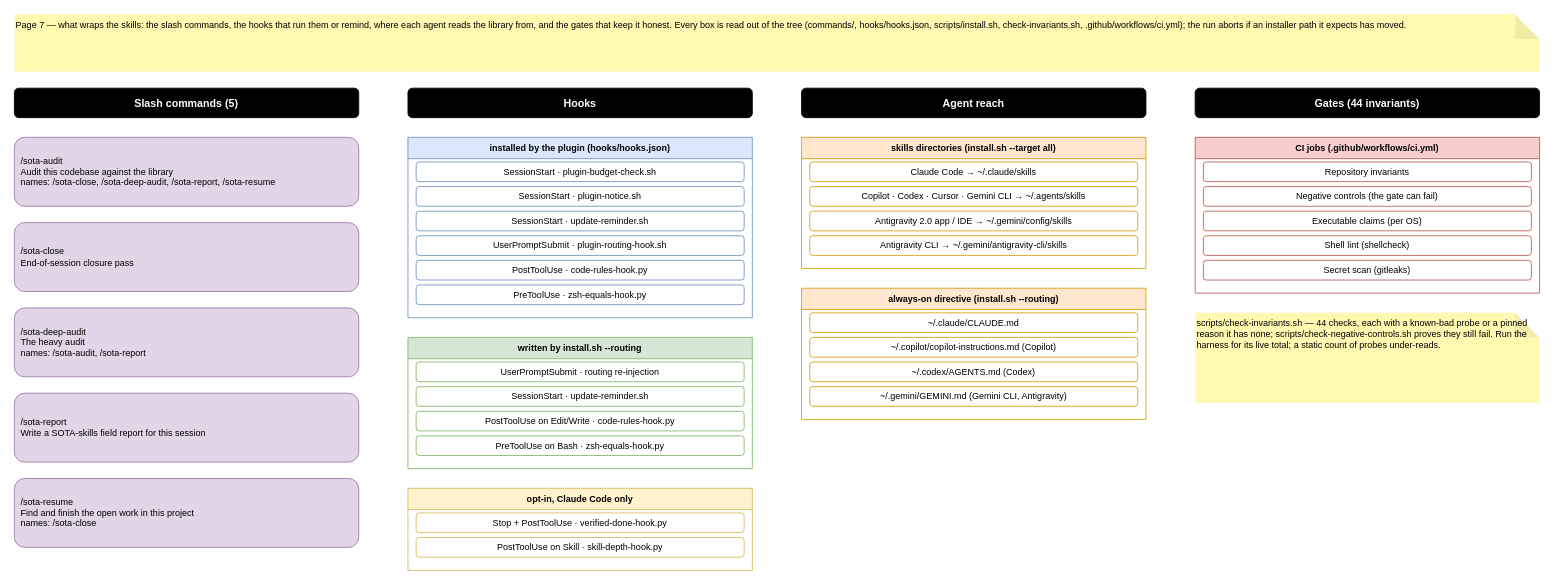
martinholovsky/SOTA-skills keeps this draw.io diagram as page "7 · Commands, hooks & agents" (7 of 8) of docs/skill-map.drawio. Above is the earlier version. Source tidied: cells renumbered, new cells numbered last; positions are measured from the earlier drawing's top-left corner, leaving out a move shared by most shapes. Both pictures are drawn from the tidied source at 82%, with x=0, y=0 at pixel (14, 14).
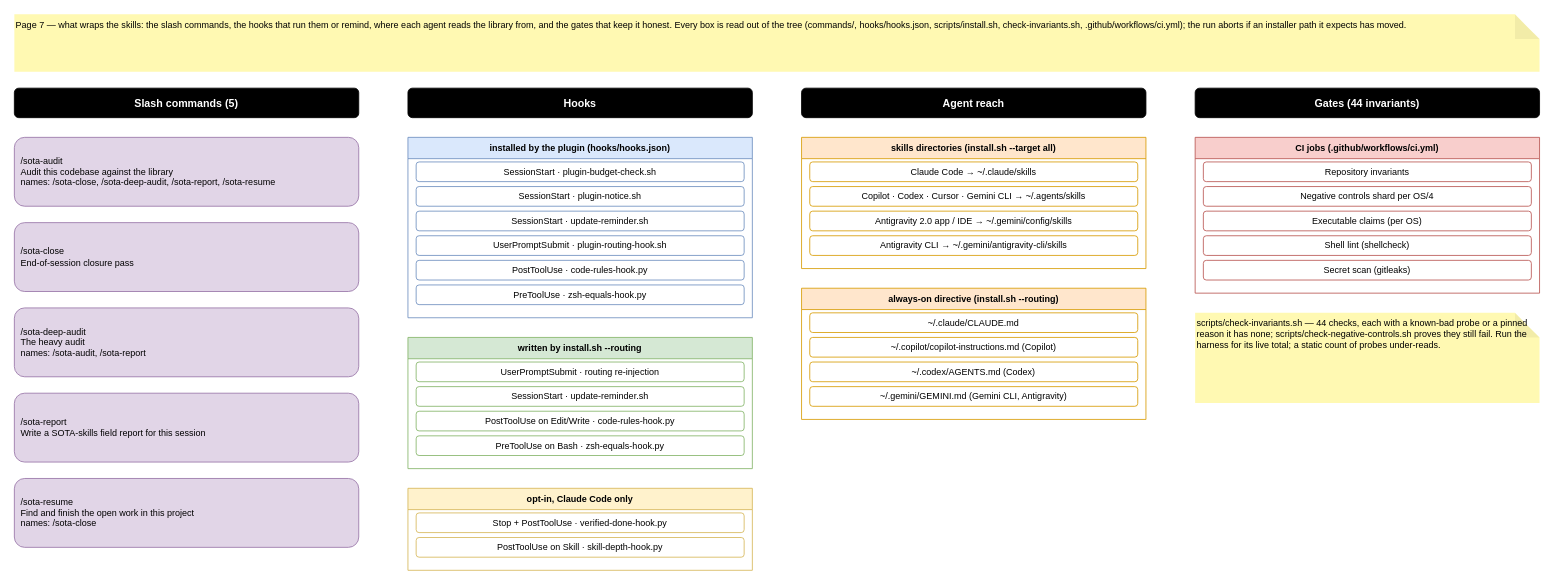
Above is the later version.

The change refers to these unchanged cells:
```xml
<mxCell id="37" value="CI jobs (.github/workflows/ci.yml)" style="swimlane;whiteSpace=wrap;html=1;fontStyle=1;fontSize=11;startSize=26;fillColor=#f8cecc;strokeColor=#b85450;" parent="1" vertex="1">
  <mxGeometry x="1440" y="150" width="420" height="190" as="geometry" />
</mxCell>
```

What changed in the source:
```diff
@@
-    <mxCell id="39" value="Negative controls (the gate can fail)" style="rounded=1;whiteSpace=wrap;html=1;fontSize=11;fillColor=#ffffff;strokeColor=#b85450;" parent="37" vertex="1">
+    <mxCell id="39" value="Negative controls shard per OS/4" style="rounded=1;whiteSpace=wrap;html=1;fontSize=11;fillColor=#ffffff;strokeColor=#b85450;" parent="37" vertex="1">
       <mxGeometry x="10" y="60" width="400" height="24" as="geometry" />
     </mxCell>
```
